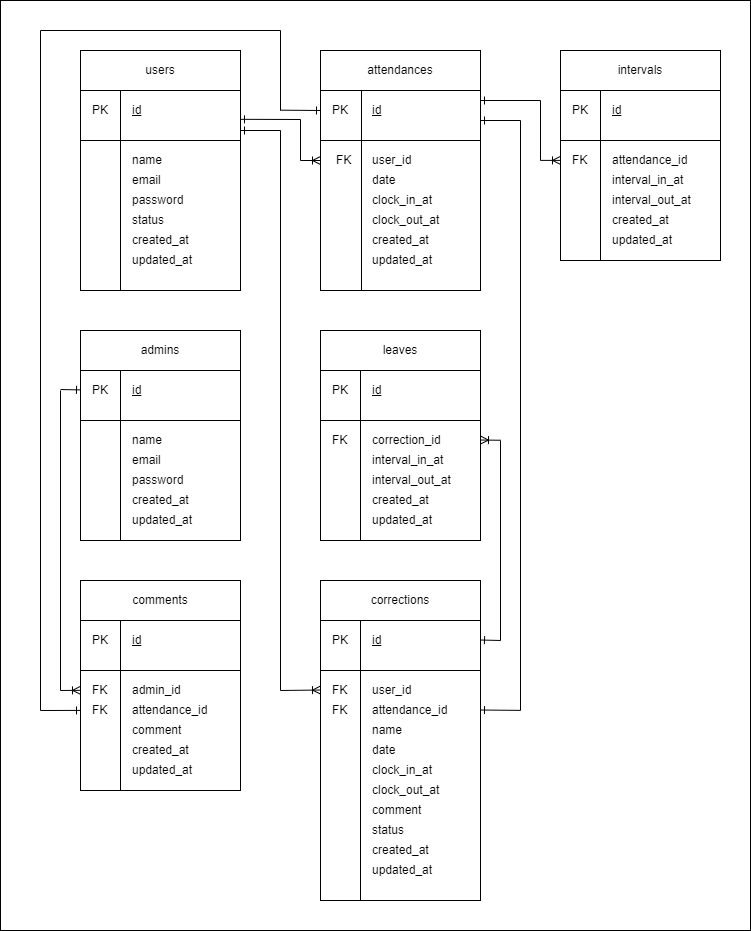
Earlier version of the draw.io export coachtechAttendance.png (aocyan/CoachTech-attendance). Source tidied: cells renumbered, new cells last; positions are measured from the earlier drawing's top-left corner, leaving out a move shared by most shapes.
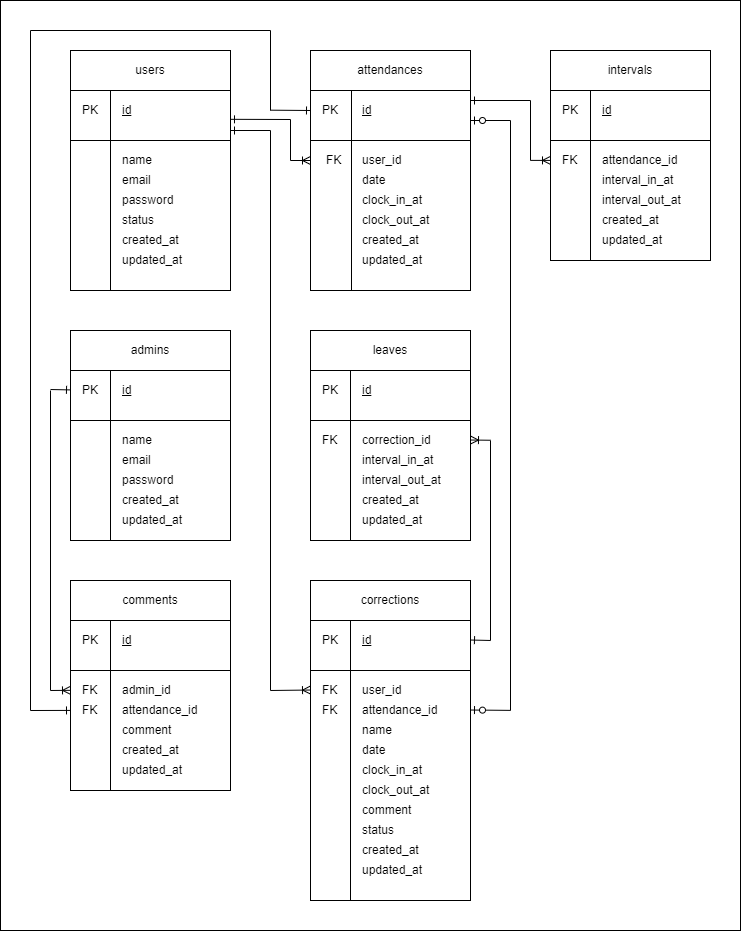
After the commit.

Change to the diagram source:
```diff
@@ -3,7 +3,7 @@
     <mxCell id="0" />
     <mxCell id="1" parent="0" />
     <mxCell id="2" style="rounded=0;whiteSpace=wrap;html=1;" parent="1" vertex="1">
-      <mxGeometry width="750" height="930" as="geometry" />
+      <mxGeometry x="10" width="740" height="930" as="geometry" />
     </mxCell>
     <mxCell id="3" style="whiteSpace=wrap;html=1;" parent="1" vertex="1">
       <mxGeometry x="80" y="60" width="160" height="230" as="geometry" />
@@ -399,7 +399,7 @@
         <mxPoint x="320" y="689.5" as="targetPoint" />
       </mxGeometry>
     </mxCell>
-    <mxCell id="106" style="endArrow=none;html=1;startArrow=ERone;startFill=0;endFill=0;" parent="1" edge="1">
+    <mxCell id="106" style="endArrow=none;html=1;startArrow=ERzeroToOne;startFill=0;endFill=0;" parent="1" edge="1">
       <mxGeometry relative="1" as="geometry">
         <mxPoint x="480" y="709.5" as="sourcePoint" />
         <mxPoint x="520" y="709.9" as="targetPoint" />
@@ -423,7 +423,7 @@
         <mxPoint x="320" y="160" as="targetPoint" />
       </mxGeometry>
     </mxCell>
-    <mxCell id="110" style="endArrow=none;html=1;startArrow=ERone;startFill=0;endFill=0;" parent="1" edge="1">
+    <mxCell id="110" style="endArrow=none;html=1;startArrow=ERzeroToOne;startFill=0;endFill=0;" parent="1" edge="1">
       <mxGeometry relative="1" as="geometry">
         <mxPoint x="480" y="120" as="sourcePoint" />
         <mxPoint x="520" y="120" as="targetPoint" />
```
